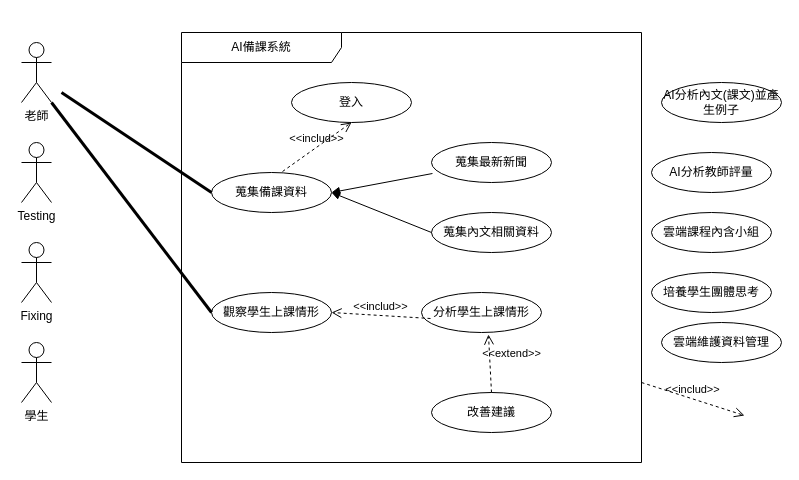
Earlier version of the draw.io diagram 顧客關係圖.drawio (Kevincheng0804/System-analysis). Source tidied: cells renumbered, new cells numbered last; positions are measured from the earlier drawing's top-left corner, leaving out a move shared by most shapes. Both pictures are drawn from the tidied source at 100%, with x=0, y=0 at pixel (21, 32).
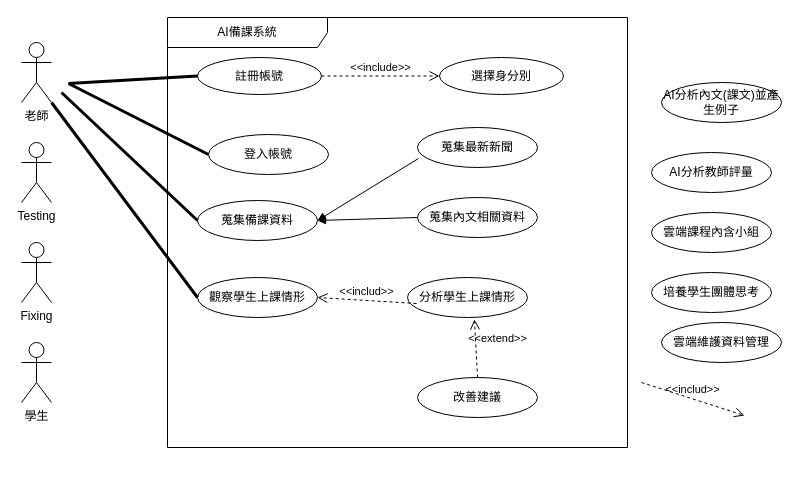
Above is the later version.

Commit message:
新增註冊登入

The change refers to these unchanged cells:
```xml
<mxCell id="9" value="蒐集最新新聞" style="ellipse;html=1;whiteSpace=wrap;" parent="5" vertex="1">
  <mxGeometry x="250" y="110" width="120" height="40" as="geometry" />
</mxCell>
```

What changed in the source:
```diff
@@
     <mxCell id="5" value="AI備課系統" style="shape=umlFrame;whiteSpace=wrap;html=1;width=160;" parent="1" vertex="1">
-      <mxGeometry x="160" width="460" height="430" as="geometry" />
+      <mxGeometry x="146" y="-15" width="460" height="430" as="geometry" />
     </mxCell>
@@
-    <mxCell id="7" value="登入" style="ellipse;html=1;whiteSpace=wrap;" parent="5" vertex="1">
-      <mxGeometry x="110" y="50" width="120" height="40" as="geometry" />
+    <mxCell id="7" value="登入帳號" style="ellipse;html=1;whiteSpace=wrap;" parent="5" vertex="1">
+      <mxGeometry x="41" y="117" width="120" height="40" as="geometry" />
     </mxCell>
     <mxCell id="8" value="&lt;div&gt;蒐集備課資料&lt;/div&gt;" style="ellipse;html=1;whiteSpace=wrap;" parent="5" vertex="1">
-      <mxGeometry x="30" y="140" width="120" height="40" as="geometry" />
+      <mxGeometry x="30" y="183" width="120" height="40" as="geometry" />
     </mxCell>
@@
-    <mxCell id="12" style="html=1;verticalAlign=bottom;labelBackgroundColor=none;endArrow=block;endFill=1;rounded=0;exitX=0.008;exitY=0.775;exitDx=0;exitDy=0;exitPerimeter=0;" parent="5" edge="1" source="9">
-      <mxGeometry relative="1" as="geometry">
-        <mxPoint x="150" y="160" as="targetPoint" />
-      </mxGeometry>
+    <mxCell id="12" style="html=1;verticalAlign=bottom;labelBackgroundColor=none;endArrow=block;endFill=1;rounded=0;exitX=0.008;exitY=0.775;exitDx=0;exitDy=0;exitPerimeter=0;entryX=1;entryY=0.5;entryDx=0;entryDy=0;" parent="5" edge="1" source="9" target="8">
+      <mxGeometry relative="1" as="geometry" />
     </mxCell>
@@
-    <mxCell id="17" value="&amp;lt;&amp;lt;includ&amp;gt;&amp;gt;" style="endArrow=open;startArrow=none;endFill=0;startFill=0;endSize=8;html=1;verticalAlign=bottom;dashed=1;labelBackgroundColor=none;rounded=0;entryX=0.5;entryY=1;entryDx=0;entryDy=0;exitX=0.592;exitY=-0.025;exitDx=0;exitDy=0;exitPerimeter=0;" parent="5" edge="1" source="8" target="7">
-      <mxGeometry relative="1" as="geometry" />
-    </mxCell>
+    <mxCell id="27" value="註冊帳號" style="ellipse;html=1;whiteSpace=wrap;" parent="5" vertex="1">
+      <mxGeometry x="30" y="40" width="124" height="37" as="geometry" />
+    </mxCell>
+    <mxCell id="28" value="選擇身分別" style="ellipse;html=1;whiteSpace=wrap;" parent="5" vertex="1">
+      <mxGeometry x="272" y="40" width="124" height="37" as="geometry" />
+    </mxCell>
+    <mxCell id="29" value="&amp;lt;&amp;lt;include&amp;gt;&amp;gt;" style="endArrow=open;startArrow=none;endFill=0;startFill=0;endSize=8;html=1;verticalAlign=bottom;dashed=1;labelBackgroundColor=none;rounded=0;exitX=1;exitY=0.5;exitDx=0;exitDy=0;entryX=0;entryY=0.5;entryDx=0;entryDy=0;" parent="5" edge="1" source="27" target="28">
+      <mxGeometry relative="1" as="geometry" />
+    </mxCell>
@@
+    <mxCell id="30" style="endArrow=none;startArrow=none;endFill=0;startFill=0;endSize=8;html=1;verticalAlign=bottom;labelBackgroundColor=none;strokeWidth=3;rounded=0;entryX=0;entryY=0.5;entryDx=0;entryDy=0;" parent="1" edge="1" target="27">
+      <mxGeometry relative="1" as="geometry">
+        <mxPoint x="47" y="51" as="sourcePoint" />
+      </mxGeometry>
+    </mxCell>
+    <mxCell id="31" style="endArrow=none;startArrow=none;endFill=0;startFill=0;endSize=8;html=1;verticalAlign=bottom;labelBackgroundColor=none;strokeWidth=3;rounded=0;entryX=0;entryY=0.5;entryDx=0;entryDy=0;" parent="1" edge="1" target="7">
+      <mxGeometry relative="1" as="geometry">
+        <mxPoint x="47" y="51" as="sourcePoint" />
+      </mxGeometry>
+    </mxCell>
```
